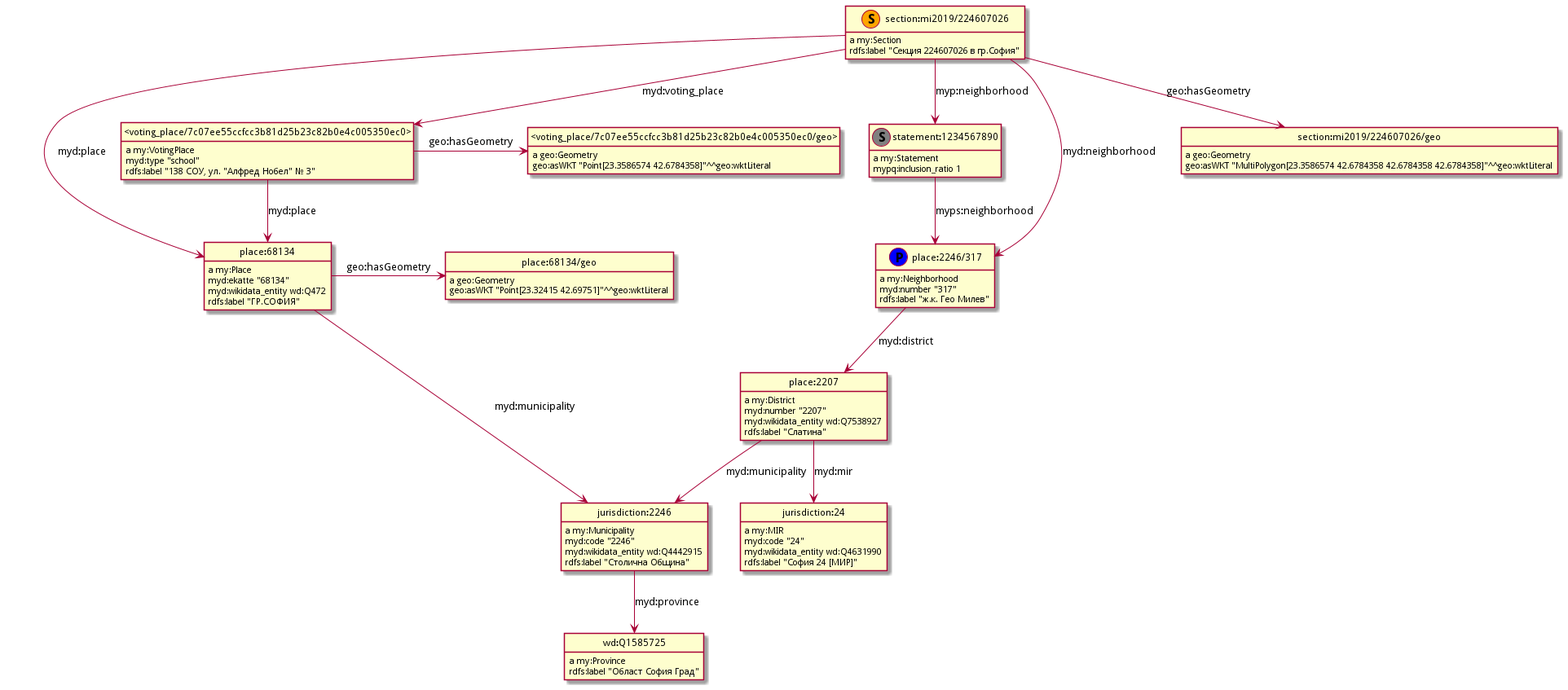
Earlier version of the PlantUML export model/places.png (nikolatulechki/semanticElections). The source it was exported from:
```plantuml
@startuml
hide empty methods
hide empty attributes
hide circle
skinparam classAttributeIconSize 0
class section_mi2019_224607026 as "section:mi2019/224607026"
class section_mi2019_224607026 <<(S,orange)>>
show section_mi2019_224607026 circle
class statement_1234567890 as "statement:1234567890"
class statement_1234567890 <<(S,gray)>>
show statement_1234567890 circle
class place_2246_317 as "place:2246/317"
class place_2246_317 <<(P,blue)>>
show place_2246_317 circle
class jurisdiction_2246 as "jurisdiction:2246"
jurisdiction_2246 : a my:Municipality
class wd_Q1585725 as "wd:Q1585725"
jurisdiction_2246 -down-> wd_Q1585725 : myd:province
jurisdiction_2246 : myd:code "2246"
jurisdiction_2246 : myd:wikidata_entity wd:Q4442915
jurisdiction_2246 : rdfs:label "Столична Община"
class place_68134_geo as "place:68134/geo"
place_68134_geo : a geo:Geometry
place_68134_geo : geo:asWKT "Point[23.32415 42.69751]"^^geo:wktLiteral
class place_68134 as "place:68134"
place_68134 : a my:Place
place_68134 -right-> place_68134_geo : geo:hasGeometry
place_68134 -down-> jurisdiction_2246 : myd:municipality
place_68134 : myd:ekatte "68134"
place_68134 : myd:wikidata_entity wd:Q472
place_68134 : rdfs:label "ГР.СОФИЯ"
wd_Q1585725 : a my:Province
wd_Q1585725 : rdfs:label "Област София Град"
statement_1234567890 : a my:Statement
statement_1234567890 -down-> place_2246_317 : myps:neighborhood
statement_1234567890 : mypq:inclusion_ratio 1
section_mi2019_224607026 : a my:Section
class _voting_place_7c07ee55ccfcc3b81d25b23c82b0e4c005350ec0_ as "<voting_place/7c07ee55ccfcc3b81d25b23c82b0e4c005350ec0>"
section_mi2019_224607026 -down-> _voting_place_7c07ee55ccfcc3b81d25b23c82b0e4c005350ec0_ : myd:voting_place
section_mi2019_224607026 -down-> place_68134 : myd:place
section_mi2019_224607026 -down-> statement_1234567890 : myp:neighborhood
section_mi2019_224607026 -down-> place_2246_317 : myd:neighborhood
class section_mi2019_224607026_geo as "section:mi2019/224607026/geo"
section_mi2019_224607026 -down-> section_mi2019_224607026_geo : geo:hasGeometry
section_mi2019_224607026 : rdfs:label "Секция 224607026 в гр.София"
place_2246_317 : a my:Neighborhood
class place_2207 as "place:2207"
place_2246_317 -down-> place_2207 : myd:district
place_2246_317 : myd:number "317"
place_2246_317 : rdfs:label "ж.к. Гео Милев"
class jurisdiction_24 as "jurisdiction:24"
jurisdiction_24 : a my:MIR
jurisdiction_24 : myd:code "24"
jurisdiction_24 : myd:wikidata_entity wd:Q4631990
jurisdiction_24 : rdfs:label "София 24 [МИР]"
section_mi2019_224607026_geo : a geo:Geometry
section_mi2019_224607026_geo : geo:asWKT "MultiPolygon[23.3586574 42.6784358 42.6784358 42.6784358]"^^geo:wktLiteral
class _voting_place_7c07ee55ccfcc3b81d25b23c82b0e4c005350ec0_geo_ as "<voting_place/7c07ee55ccfcc3b81d25b23c82b0e4c005350ec0/geo>"
_voting_place_7c07ee55ccfcc3b81d25b23c82b0e4c005350ec0_geo_ : a geo:Geometry
_voting_place_7c07ee55ccfcc3b81d25b23c82b0e4c005350ec0_geo_ : geo:asWKT "Point[23.3586574 42.6784358]"^^geo:wktLiteral
_voting_place_7c07ee55ccfcc3b81d25b23c82b0e4c005350ec0_ : a my:VotingPlace
_voting_place_7c07ee55ccfcc3b81d25b23c82b0e4c005350ec0_ -right-> _voting_place_7c07ee55ccfcc3b81d25b23c82b0e4c005350ec0_geo_ : geo:hasGeometry
_voting_place_7c07ee55ccfcc3b81d25b23c82b0e4c005350ec0_ -down-> place_68134 : myd:place
_voting_place_7c07ee55ccfcc3b81d25b23c82b0e4c005350ec0_ : myd:type "school"
_voting_place_7c07ee55ccfcc3b81d25b23c82b0e4c005350ec0_ : rdfs:label "138 СОУ, ул. "Алфред Нобел" № 3"
place_2207 : a my:District
place_2207 -down-> jurisdiction_24 : myd:mir
place_2207 -down-> jurisdiction_2246 : myd:municipality
place_2207 : myd:number "2207"
place_2207 : myd:wikidata_entity wd:Q7538927
place_2207 : rdfs:label "Слатина"
@enduml
```
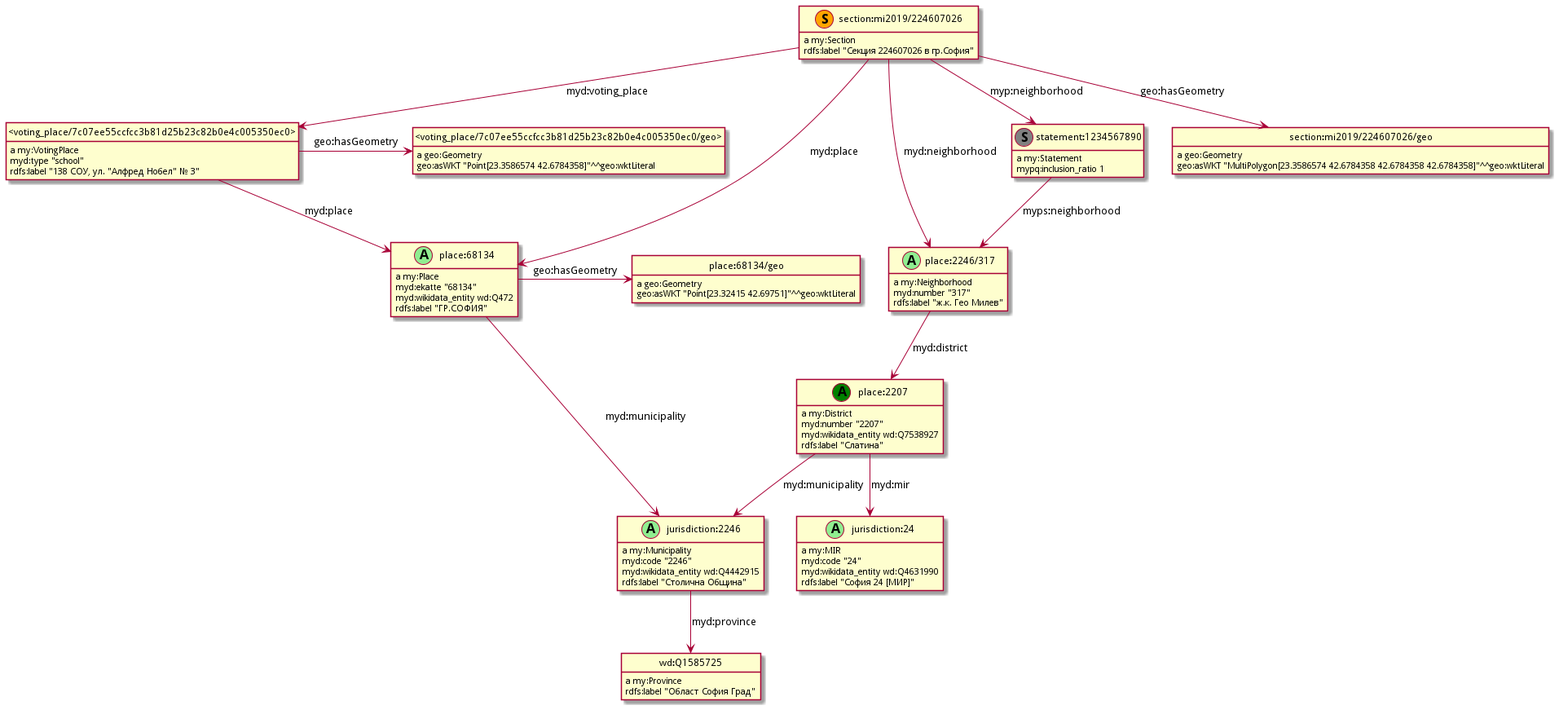
After the change.

Diff of the diagram source:
```diff
@@ -6,67 +6,75 @@
 class section_mi2019_224607026 as "section:mi2019/224607026"
 class section_mi2019_224607026 <<(S,orange)>>
 show section_mi2019_224607026 circle
+class place_2246_317 as "place:2246/317"
+class place_2246_317 <<(A,lightgreen)>>
+show place_2246_317 circle
+class jurisdiction_2246 as "jurisdiction:2246"
+class jurisdiction_2246 <<(A,lightgreen)>>
+show jurisdiction_2246 circle
+class jurisdiction_24 as "jurisdiction:24"
+class jurisdiction_24 <<(A,lightgreen)>>
+show jurisdiction_24 circle
+class place_68134 as "place:68134"
+class place_68134 <<(A,lightgreen)>>
+show place_68134 circle
+class place_2207 as "place:2207"
+class place_2207 <<(A,green)>>
+show place_2207 circle
 class statement_1234567890 as "statement:1234567890"
 class statement_1234567890 <<(S,gray)>>
 show statement_1234567890 circle
-class place_2246_317 as "place:2246/317"
-class place_2246_317 <<(P,blue)>>
-show place_2246_317 circle
-class jurisdiction_2246 as "jurisdiction:2246"
+place_2207 : a my:District
+place_2207 -down-> jurisdiction_2246 : myd:municipality
+place_2207 -down-> jurisdiction_24 : myd:mir
+place_2207 : myd:number "2207"
+place_2207 : myd:wikidata_entity wd:Q7538927
+place_2207 : rdfs:label "Слатина"
+class wd_Q1585725 as "wd:Q1585725"
+wd_Q1585725 : a my:Province
+wd_Q1585725 : rdfs:label "Област София Град"
+class _voting_place_7c07ee55ccfcc3b81d25b23c82b0e4c005350ec0_ as "<voting_place/7c07ee55ccfcc3b81d25b23c82b0e4c005350ec0>"
+_voting_place_7c07ee55ccfcc3b81d25b23c82b0e4c005350ec0_ : a my:VotingPlace
+_voting_place_7c07ee55ccfcc3b81d25b23c82b0e4c005350ec0_ -down-> place_68134 : myd:place
+class _voting_place_7c07ee55ccfcc3b81d25b23c82b0e4c005350ec0_geo_ as "<voting_place/7c07ee55ccfcc3b81d25b23c82b0e4c005350ec0/geo>"
+_voting_place_7c07ee55ccfcc3b81d25b23c82b0e4c005350ec0_ -right-> _voting_place_7c07ee55ccfcc3b81d25b23c82b0e4c005350ec0_geo_ : geo:hasGeometry
+_voting_place_7c07ee55ccfcc3b81d25b23c82b0e4c005350ec0_ : myd:type "school"
+_voting_place_7c07ee55ccfcc3b81d25b23c82b0e4c005350ec0_ : rdfs:label "138 СОУ, ул. "Алфред Нобел" № 3"
+_voting_place_7c07ee55ccfcc3b81d25b23c82b0e4c005350ec0_geo_ : a geo:Geometry
+_voting_place_7c07ee55ccfcc3b81d25b23c82b0e4c005350ec0_geo_ : geo:asWKT "Point[23.3586574 42.6784358]"^^geo:wktLiteral
+jurisdiction_24 : a my:MIR
+jurisdiction_24 : myd:code "24"
+jurisdiction_24 : myd:wikidata_entity wd:Q4631990
+jurisdiction_24 : rdfs:label "София 24 [МИР]"
+statement_1234567890 : a my:Statement
+statement_1234567890 -down-> place_2246_317 : myps:neighborhood
+statement_1234567890 : mypq:inclusion_ratio 1
+class section_mi2019_224607026_geo as "section:mi2019/224607026/geo"
+section_mi2019_224607026_geo : a geo:Geometry
+section_mi2019_224607026_geo : geo:asWKT "MultiPolygon[23.3586574 42.6784358 42.6784358 42.6784358]"^^geo:wktLiteral
 jurisdiction_2246 : a my:Municipality
-class wd_Q1585725 as "wd:Q1585725"
 jurisdiction_2246 -down-> wd_Q1585725 : myd:province
 jurisdiction_2246 : myd:code "2246"
 jurisdiction_2246 : myd:wikidata_entity wd:Q4442915
 jurisdiction_2246 : rdfs:label "Столична Община"
+place_2246_317 : a my:Neighborhood
+place_2246_317 -down-> place_2207 : myd:district
+place_2246_317 : myd:number "317"
+place_2246_317 : rdfs:label "ж.к. Гео Милев"
+place_68134 : a my:Place
 class place_68134_geo as "place:68134/geo"
-place_68134_geo : a geo:Geometry
-place_68134_geo : geo:asWKT "Point[23.32415 42.69751]"^^geo:wktLiteral
-class place_68134 as "place:68134"
-place_68134 : a my:Place
 place_68134 -right-> place_68134_geo : geo:hasGeometry
 place_68134 -down-> jurisdiction_2246 : myd:municipality
 place_68134 : myd:ekatte "68134"
 place_68134 : myd:wikidata_entity wd:Q472
 place_68134 : rdfs:label "ГР.СОФИЯ"
-wd_Q1585725 : a my:Province
-wd_Q1585725 : rdfs:label "Област София Град"
-statement_1234567890 : a my:Statement
-statement_1234567890 -down-> place_2246_317 : myps:neighborhood
-statement_1234567890 : mypq:inclusion_ratio 1
 section_mi2019_224607026 : a my:Section
-class _voting_place_7c07ee55ccfcc3b81d25b23c82b0e4c005350ec0_ as "<voting_place/7c07ee55ccfcc3b81d25b23c82b0e4c005350ec0>"
+section_mi2019_224607026 -down-> statement_1234567890 : myp:neighborhood
+section_mi2019_224607026 -down-> place_68134 : myd:place
+section_mi2019_224607026 -down-> place_2246_317 : myd:neighborhood
+section_mi2019_224607026 -down-> section_mi2019_224607026_geo : geo:hasGeometry
 section_mi2019_224607026 -down-> _voting_place_7c07ee55ccfcc3b81d25b23c82b0e4c005350ec0_ : myd:voting_place
-section_mi2019_224607026 -down-> place_68134 : myd:place
-section_mi2019_224607026 -down-> statement_1234567890 : myp:neighborhood
-section_mi2019_224607026 -down-> place_2246_317 : myd:neighborhood
-class section_mi2019_224607026_geo as "section:mi2019/224607026/geo"
-section_mi2019_224607026 -down-> section_mi2019_224607026_geo : geo:hasGeometry
 section_mi2019_224607026 : rdfs:label "Секция 224607026 в гр.София"
-place_2246_317 : a my:Neighborhood
-class place_2207 as "place:2207"
-place_2246_317 -down-> place_2207 : myd:district
-place_2246_317 : myd:number "317"
-place_2246_317 : rdfs:label "ж.к. Гео Милев"
-class jurisdiction_24 as "jurisdiction:24"
-jurisdiction_24 : a my:MIR
-jurisdiction_24 : myd:code "24"
-jurisdiction_24 : myd:wikidata_entity wd:Q4631990
-jurisdiction_24 : rdfs:label "София 24 [МИР]"
-section_mi2019_224607026_geo : a geo:Geometry
-section_mi2019_224607026_geo : geo:asWKT "MultiPolygon[23.3586574 42.6784358 42.6784358 42.6784358]"^^geo:wktLiteral
-class _voting_place_7c07ee55ccfcc3b81d25b23c82b0e4c005350ec0_geo_ as "<voting_place/7c07ee55ccfcc3b81d25b23c82b0e4c005350ec0/geo>"
-_voting_place_7c07ee55ccfcc3b81d25b23c82b0e4c005350ec0_geo_ : a geo:Geometry
-_voting_place_7c07ee55ccfcc3b81d25b23c82b0e4c005350ec0_geo_ : geo:asWKT "Point[23.3586574 42.6784358]"^^geo:wktLiteral
-_voting_place_7c07ee55ccfcc3b81d25b23c82b0e4c005350ec0_ : a my:VotingPlace
-_voting_place_7c07ee55ccfcc3b81d25b23c82b0e4c005350ec0_ -right-> _voting_place_7c07ee55ccfcc3b81d25b23c82b0e4c005350ec0_geo_ : geo:hasGeometry
-_voting_place_7c07ee55ccfcc3b81d25b23c82b0e4c005350ec0_ -down-> place_68134 : myd:place
-_voting_place_7c07ee55ccfcc3b81d25b23c82b0e4c005350ec0_ : myd:type "school"
-_voting_place_7c07ee55ccfcc3b81d25b23c82b0e4c005350ec0_ : rdfs:label "138 СОУ, ул. "Алфред Нобел" № 3"
-place_2207 : a my:District
-place_2207 -down-> jurisdiction_24 : myd:mir
-place_2207 -down-> jurisdiction_2246 : myd:municipality
-place_2207 : myd:number "2207"
-place_2207 : myd:wikidata_entity wd:Q7538927
-place_2207 : rdfs:label "Слатина"
+place_68134_geo : a geo:Geometry
+place_68134_geo : geo:asWKT "Point[23.32415 42.69751]"^^geo:wktLiteral
 @enduml
```
